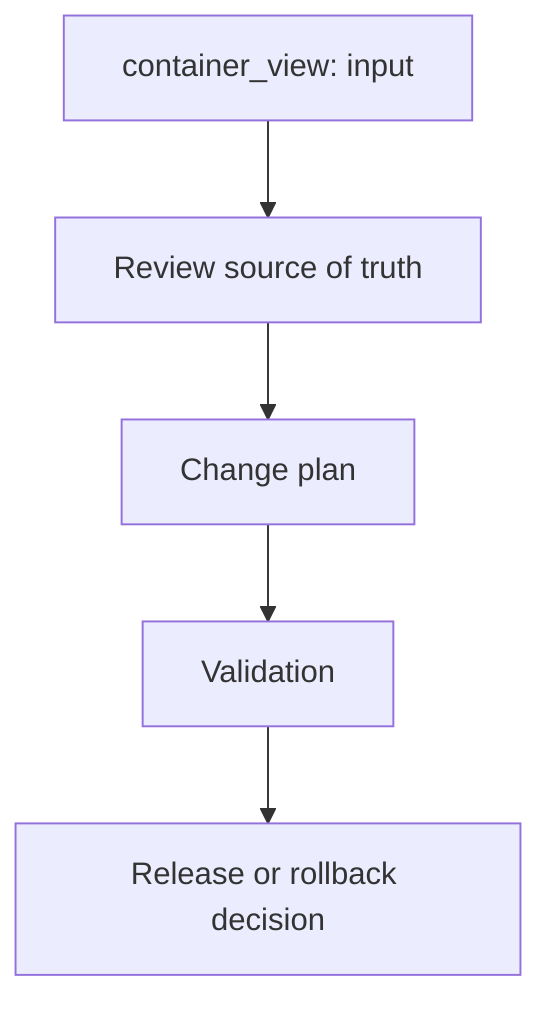
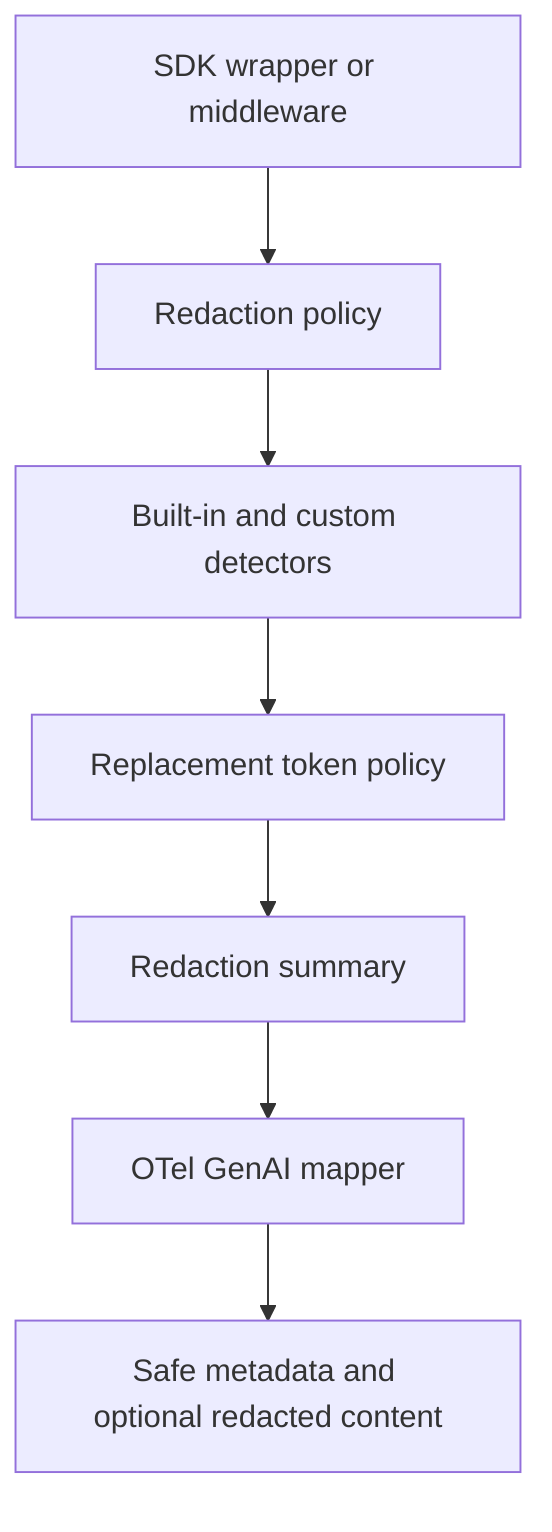
flowchart TD
-   A["container_view: input"] --> B["Review source of truth"]
-   B --> C["Change plan"]
-   C --> D["Validation"]
-   D --> E["Release or rollback decision"]
+   Wrapper["SDK wrapper or middleware"] --> Policy["Redaction policy"]
+   Policy --> Detectors["Built-in and custom detectors"]
+   Detectors --> Replace["Replacement token policy"]
+   Replace --> Summary["Redaction summary"]
+   Summary --> Mapper["OTel GenAI mapper"]
+   Mapper --> SafeTelemetry["Safe metadata and optional redacted content"]
